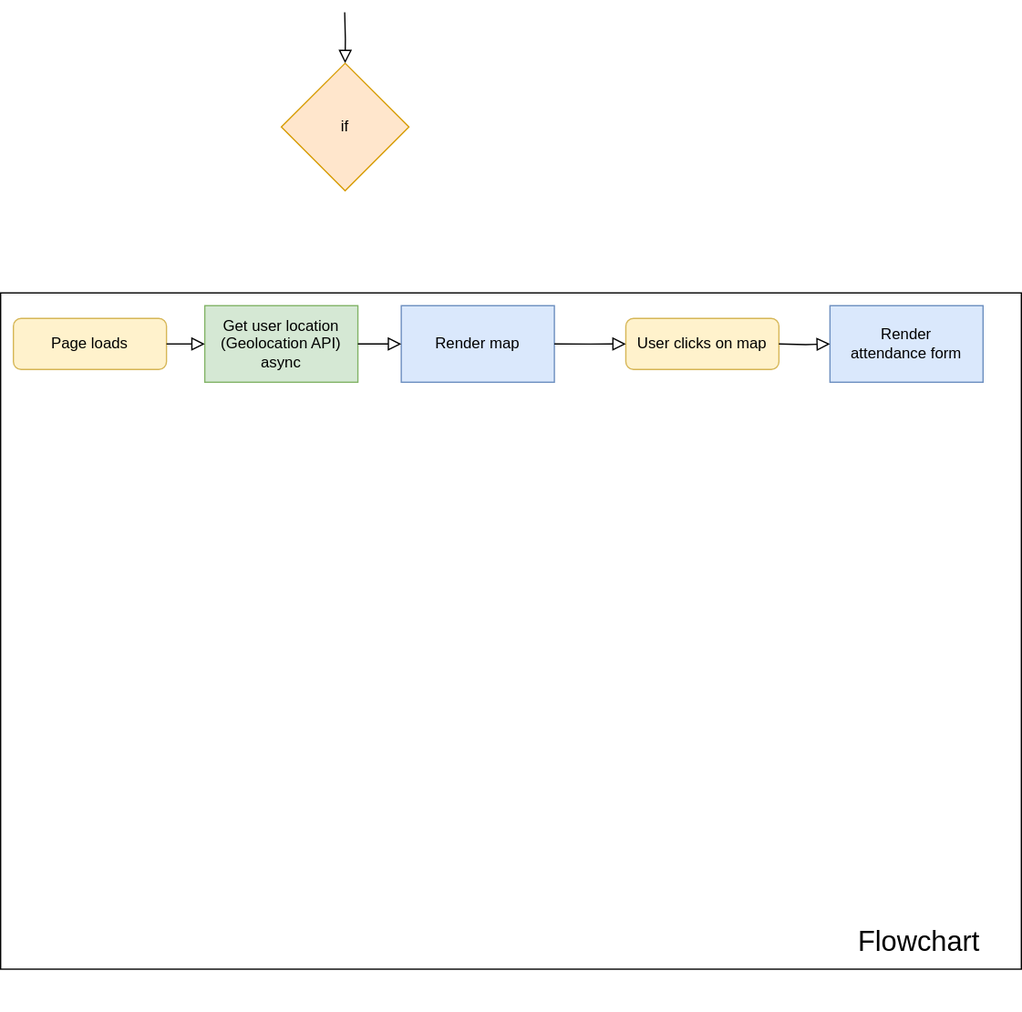
This is flowchart.drawio.svg from josenavarrohub/vanilla-js-eventify, a draw.io export, as it was before one commit. Source tidied: cells renumbered, new cells last; positions are measured from the earlier drawing's top-left corner, leaving out a move shared by most shapes.
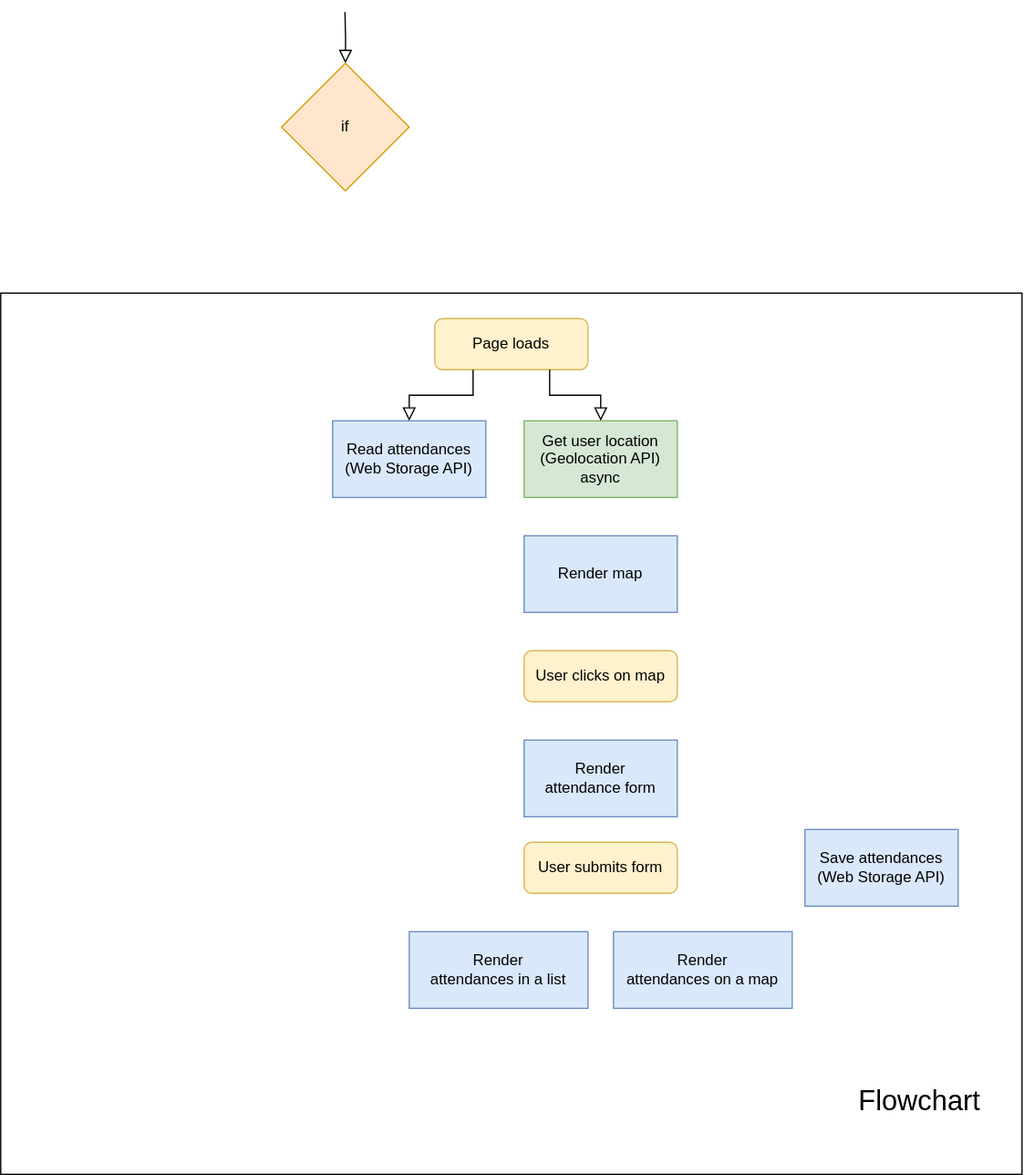
After the change.

What changed in the source:
```diff
@@ -3,7 +3,7 @@
     <mxCell id="0" />
     <mxCell id="1" parent="0" />
     <mxCell id="2" style="rounded=0;whiteSpace=wrap;html=1;fontSize=16;strokeColor=default;" parent="1" vertex="1">
-      <mxGeometry y="220" width="800" height="530" as="geometry" />
+      <mxGeometry y="220" width="800" height="690" as="geometry" />
     </mxCell>
     <mxCell id="3" style="rounded=0;html=1;jettySize=auto;fontSize=11;endArrow=block;endFill=0;endSize=8;strokeWidth=1;shadow=0;labelBackgroundColor=none;edgeStyle=orthogonalEdgeStyle;entryX=0.5;entryY=0;entryDx=0;entryDy=0;exitX=0.5;exitY=1;exitDx=0;exitDy=0;entryPerimeter=0;" parent="1" edge="1" target="4">
       <mxGeometry relative="1" as="geometry">
@@ -14,38 +14,43 @@
       <mxGeometry x="220" y="40" width="100" height="100" as="geometry" />
     </mxCell>
     <mxCell id="5" value="Flowchart" style="text;html=1;strokeColor=none;fillColor=none;align=center;verticalAlign=middle;whiteSpace=wrap;rounded=0;fontSize=22;" parent="1" vertex="1">
-      <mxGeometry x="640" y="675.8" width="160" height="106.5" as="geometry" />
+      <mxGeometry x="640" y="800" width="160" height="106.5" as="geometry" />
     </mxCell>
     <mxCell id="6" value="Page loads" style="rounded=1;whiteSpace=wrap;html=1;fontSize=12;glass=0;strokeWidth=1;shadow=0;fillColor=#fff2cc;strokeColor=#d6b656;" parent="1" vertex="1">
-      <mxGeometry x="10" y="240" width="120" height="40" as="geometry" />
+      <mxGeometry x="340" y="240" width="120" height="40" as="geometry" />
     </mxCell>
     <mxCell id="7" value="Get user location&lt;br&gt;(Geolocation API)&lt;br&gt;async" style="rounded=0;whiteSpace=wrap;html=1;fillColor=#d5e8d4;strokeColor=#82b366;" parent="1" vertex="1">
-      <mxGeometry x="160" y="230" width="120" height="60" as="geometry" />
+      <mxGeometry x="410" y="320" width="120" height="60" as="geometry" />
     </mxCell>
     <mxCell id="8" value="Render map" style="rounded=0;whiteSpace=wrap;html=1;fillColor=#dae8fc;strokeColor=#6c8ebf;" parent="1" vertex="1">
-      <mxGeometry x="314" y="230" width="120" height="60" as="geometry" />
+      <mxGeometry x="410" y="410" width="120" height="60" as="geometry" />
     </mxCell>
-    <mxCell id="9" style="rounded=0;html=1;jettySize=auto;fontSize=11;endArrow=block;endFill=0;endSize=8;strokeWidth=1;shadow=0;labelBackgroundColor=none;edgeStyle=orthogonalEdgeStyle;entryX=0;entryY=0.5;entryDx=0;entryDy=0;exitX=1;exitY=0.5;exitDx=0;exitDy=0;" parent="1" edge="1" source="6" target="7">
-      <mxGeometry x="-0.28" y="20" relative="1" as="geometry" />
-    </mxCell>
-    <mxCell id="10" style="rounded=0;html=1;jettySize=auto;fontSize=11;endArrow=block;endFill=0;endSize=8;strokeWidth=1;shadow=0;labelBackgroundColor=none;edgeStyle=orthogonalEdgeStyle;exitX=1;exitY=0.5;exitDx=0;exitDy=0;entryX=0;entryY=0.5;entryDx=0;entryDy=0;" parent="1" edge="1" source="7" target="8">
-      <mxGeometry x="-0.28" y="20" relative="1" as="geometry" />
-    </mxCell>
     <mxCell id="11" value="User clicks on map" style="rounded=1;whiteSpace=wrap;html=1;fontSize=12;glass=0;strokeWidth=1;shadow=0;fillColor=#fff2cc;strokeColor=#d6b656;" parent="1" vertex="1">
-      <mxGeometry x="490" y="240" width="120" height="40" as="geometry" />
+      <mxGeometry x="410" y="500" width="120" height="40" as="geometry" />
     </mxCell>
     <mxCell id="12" value="Render&lt;br&gt;attendance form" style="rounded=0;whiteSpace=wrap;html=1;fillColor=#dae8fc;strokeColor=#6c8ebf;" parent="1" vertex="1">
-      <mxGeometry x="650" y="230" width="120" height="60" as="geometry" />
+      <mxGeometry x="410" y="570" width="120" height="60" as="geometry" />
     </mxCell>
-    <mxCell id="13" style="rounded=0;html=1;jettySize=auto;fontSize=11;endArrow=block;endFill=0;endSize=8;strokeWidth=1;shadow=0;labelBackgroundColor=none;edgeStyle=orthogonalEdgeStyle;entryX=0;entryY=0.5;entryDx=0;entryDy=0;" parent="1" edge="1" target="12">
-      <mxGeometry relative="1" as="geometry">
-        <mxPoint x="610" y="260" as="sourcePoint" />
-      </mxGeometry>
-    </mxCell>
-    <mxCell id="14" style="rounded=0;html=1;jettySize=auto;fontSize=11;endArrow=block;endFill=0;endSize=8;strokeWidth=1;shadow=0;labelBackgroundColor=none;edgeStyle=orthogonalEdgeStyle;exitX=1;exitY=0.5;exitDx=0;exitDy=0;" parent="1" edge="1" source="8">
-      <mxGeometry relative="1" as="geometry">
-        <mxPoint x="490" y="260" as="targetPoint" />
-      </mxGeometry>
-    </mxCell>
+    <mxCell id="15" value="User submits form" style="rounded=1;whiteSpace=wrap;html=1;fontSize=12;glass=0;strokeWidth=1;shadow=0;fillColor=#fff2cc;strokeColor=#d6b656;" parent="1" vertex="1">
+      <mxGeometry x="410" y="650" width="120" height="40" as="geometry" />
+    </mxCell>
+    <mxCell id="16" value="Render&lt;br&gt;attendances in a list" style="rounded=0;whiteSpace=wrap;html=1;fillColor=#dae8fc;strokeColor=#6c8ebf;" parent="1" vertex="1">
+      <mxGeometry x="320" y="720" width="140" height="60" as="geometry" />
+    </mxCell>
+    <mxCell id="17" value="Render&lt;br&gt;attendances on a map" style="rounded=0;whiteSpace=wrap;html=1;fillColor=#dae8fc;strokeColor=#6c8ebf;" parent="1" vertex="1">
+      <mxGeometry x="480" y="720" width="140" height="60" as="geometry" />
+    </mxCell>
+    <mxCell id="18" value="Read attendances&lt;br&gt;(Web Storage API)" style="rounded=0;whiteSpace=wrap;html=1;fillColor=#dae8fc;strokeColor=#6c8ebf;" parent="1" vertex="1">
+      <mxGeometry x="260" y="320" width="120" height="60" as="geometry" />
+    </mxCell>
+    <mxCell id="19" style="rounded=0;html=1;jettySize=auto;fontSize=11;endArrow=block;endFill=0;endSize=8;strokeWidth=1;shadow=0;labelBackgroundColor=none;edgeStyle=orthogonalEdgeStyle;exitX=0.25;exitY=1;exitDx=0;exitDy=0;" parent="1" edge="1" source="6" target="18">
+      <mxGeometry relative="1" as="geometry" />
+    </mxCell>
+    <mxCell id="9" style="rounded=0;html=1;jettySize=auto;fontSize=11;endArrow=block;endFill=0;endSize=8;strokeWidth=1;shadow=0;labelBackgroundColor=none;edgeStyle=orthogonalEdgeStyle;entryX=0.5;entryY=0;entryDx=0;entryDy=0;exitX=0.75;exitY=1;exitDx=0;exitDy=0;" parent="1" edge="1" source="6" target="7">
+      <mxGeometry relative="1" as="geometry" />
+    </mxCell>
+    <mxCell id="20" value="Save attendances&lt;br&gt;(Web Storage API)" style="rounded=0;whiteSpace=wrap;html=1;fillColor=#dae8fc;strokeColor=#6c8ebf;" parent="1" vertex="1">
+      <mxGeometry x="630" y="640" width="120" height="60" as="geometry" />
+    </mxCell>
   </root>
 </mxGraphModel>
```
